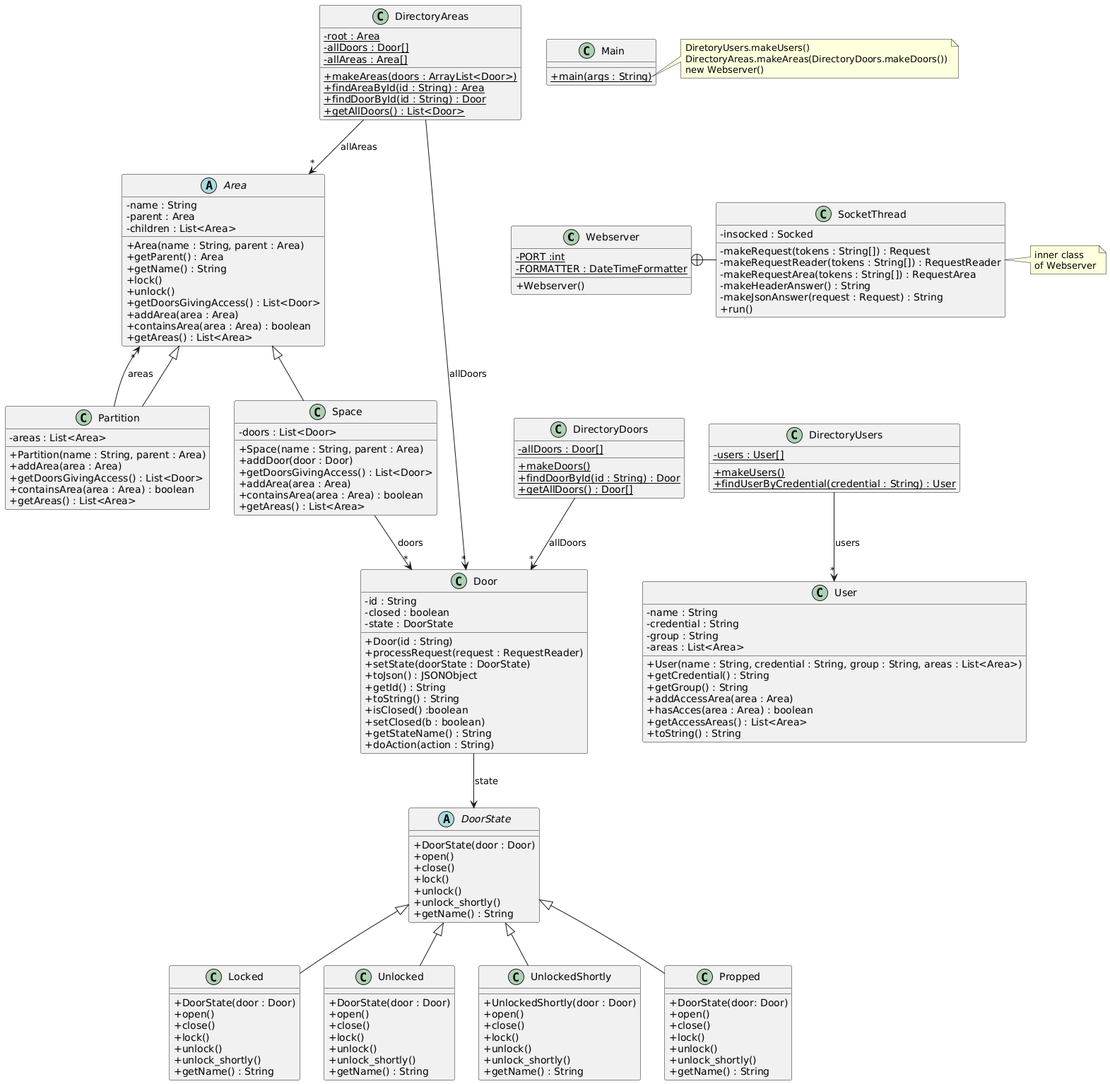
Above: src/baseNoStates/uml/base_no_states.png in ppugibetm/access_control_system (PlantUML), before the change.
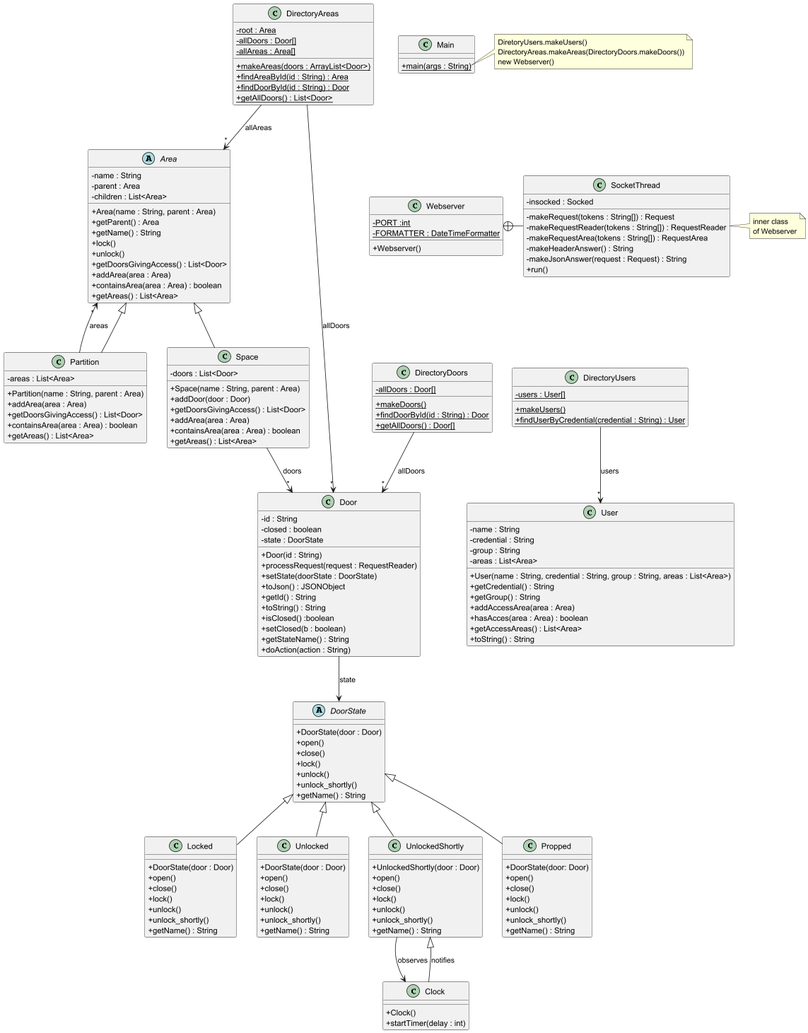
After the change.

What changed in the source:
```diff
@@ -182,6 +182,14 @@
 + {static} main(args : String)
 }
 
+class Clock {
++ Clock()
++ startTimer(delay : int)
+}
+
+UnlockedShortly --> Clock : "observes"
+Clock --|> UnlockedShortly : "notifies"
+
 note right of Main::main
 DiretoryUsers.makeUsers()
 DirectoryAreas.makeAreas(DirectoryDoors.makeDoors())
```
